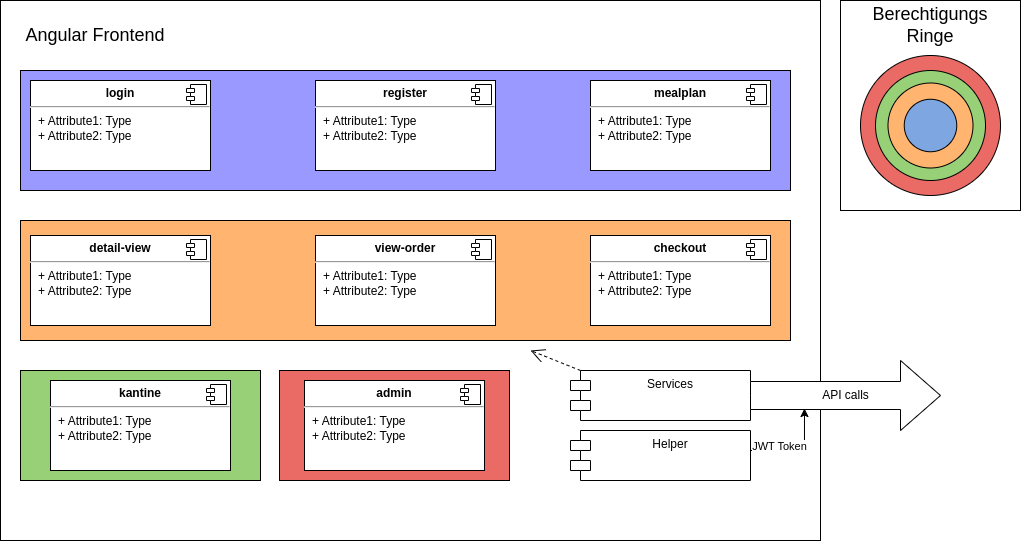
The draw.io diagram docs/resources/BlockView.png in Golo300/Kantinerado, before a commit. Source tidied: cells renumbered, new cells last; positions are measured from the earlier drawing's top-left corner, leaving out a move shared by most shapes.
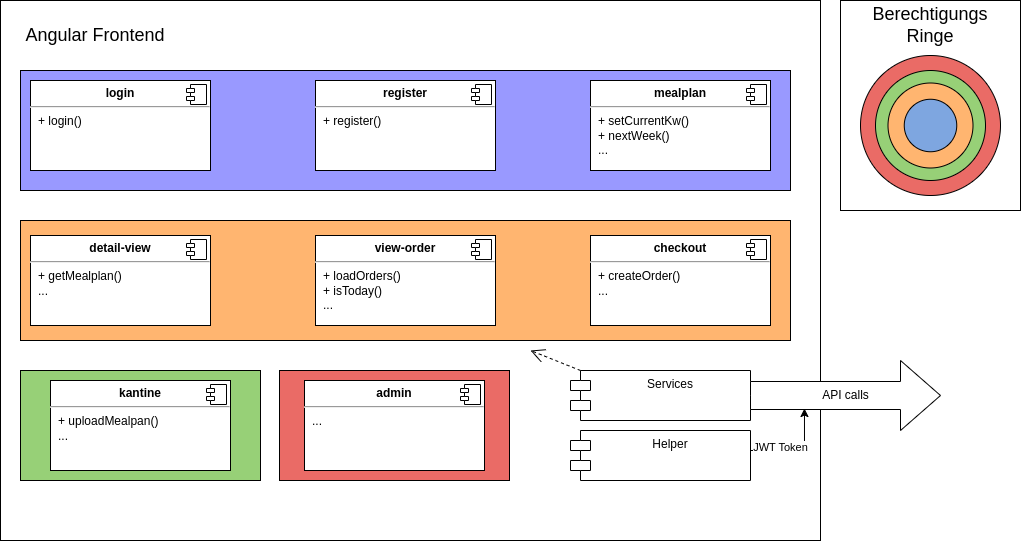
The same file after the commit.

Change to the diagram source:
```diff
@@ -23,7 +23,7 @@
     <mxCell id="8" style="rounded=0;whiteSpace=wrap;html=1;fillColor=#9999FF;" parent="1" vertex="1">
       <mxGeometry x="20" y="70" width="770" height="120" as="geometry" />
     </mxCell>
-    <mxCell id="9" value="&lt;p style=&quot;margin:0px;margin-top:6px;text-align:center;&quot;&gt;&lt;b&gt;checkout&lt;/b&gt;&lt;/p&gt;&lt;hr&gt;&lt;p style=&quot;margin:0px;margin-left:8px;&quot;&gt;+ Attribute1: Type&lt;br&gt;+ Attribute2: Type&lt;/p&gt;" style="align=left;overflow=fill;html=1;whiteSpace=wrap;" parent="1" vertex="1">
+    <mxCell id="9" value="&lt;p style=&quot;margin:0px;margin-top:6px;text-align:center;&quot;&gt;&lt;b&gt;checkout&lt;/b&gt;&lt;/p&gt;&lt;hr&gt;&lt;p style=&quot;margin:0px;margin-left:8px;&quot;&gt;+ createOrder()&lt;/p&gt;&lt;p style=&quot;margin:0px;margin-left:8px;&quot;&gt;...&lt;/p&gt;" style="align=left;overflow=fill;html=1;whiteSpace=wrap;" parent="1" vertex="1">
       <mxGeometry x="590" y="235" width="180" height="90" as="geometry" />
     </mxCell>
     <mxCell id="10" style="shape=component;jettyWidth=8;jettyHeight=4;" parent="9" vertex="1">
@@ -31,7 +31,7 @@
         <mxPoint x="-24" y="4" as="offset" />
       </mxGeometry>
     </mxCell>
-    <mxCell id="11" value="&lt;p style=&quot;margin:0px;margin-top:6px;text-align:center;&quot;&gt;&lt;b&gt;detail-view&lt;/b&gt;&lt;/p&gt;&lt;hr&gt;&lt;p style=&quot;margin:0px;margin-left:8px;&quot;&gt;+ Attribute1: Type&lt;br&gt;+ Attribute2: Type&lt;/p&gt;" style="align=left;overflow=fill;html=1;whiteSpace=wrap;" parent="1" vertex="1">
+    <mxCell id="11" value="&lt;p style=&quot;margin:0px;margin-top:6px;text-align:center;&quot;&gt;&lt;b&gt;detail-view&lt;/b&gt;&lt;/p&gt;&lt;hr&gt;&lt;p style=&quot;margin:0px;margin-left:8px;&quot;&gt;+ getMealplan()&lt;/p&gt;&lt;p style=&quot;margin:0px;margin-left:8px;&quot;&gt;...&lt;/p&gt;" style="align=left;overflow=fill;html=1;whiteSpace=wrap;" parent="1" vertex="1">
       <mxGeometry x="30" y="235" width="180" height="90" as="geometry" />
     </mxCell>
     <mxCell id="12" style="shape=component;jettyWidth=8;jettyHeight=4;" parent="11" vertex="1">
@@ -39,7 +39,7 @@
         <mxPoint x="-24" y="4" as="offset" />
       </mxGeometry>
     </mxCell>
-    <mxCell id="13" value="&lt;p style=&quot;margin:0px;margin-top:6px;text-align:center;&quot;&gt;&lt;b&gt;login&lt;/b&gt;&lt;/p&gt;&lt;hr&gt;&lt;p style=&quot;margin:0px;margin-left:8px;&quot;&gt;+ Attribute1: Type&lt;br&gt;+ Attribute2: Type&lt;/p&gt;" style="align=left;overflow=fill;html=1;whiteSpace=wrap;" parent="1" vertex="1">
+    <mxCell id="13" value="&lt;p style=&quot;margin:0px;margin-top:6px;text-align:center;&quot;&gt;&lt;b&gt;login&lt;/b&gt;&lt;/p&gt;&lt;hr&gt;&lt;p style=&quot;margin:0px;margin-left:8px;&quot;&gt;+ login()&lt;br&gt;&lt;/p&gt;" style="align=left;overflow=fill;html=1;whiteSpace=wrap;" parent="1" vertex="1">
       <mxGeometry x="30" y="80" width="180" height="90" as="geometry" />
     </mxCell>
     <mxCell id="14" style="shape=component;jettyWidth=8;jettyHeight=4;" parent="13" vertex="1">
@@ -47,7 +47,7 @@
         <mxPoint x="-24" y="4" as="offset" />
       </mxGeometry>
     </mxCell>
-    <mxCell id="15" value="&lt;p style=&quot;margin:0px;margin-top:6px;text-align:center;&quot;&gt;&lt;b&gt;register&lt;/b&gt;&lt;/p&gt;&lt;hr&gt;&lt;p style=&quot;margin:0px;margin-left:8px;&quot;&gt;+ Attribute1: Type&lt;br&gt;+ Attribute2: Type&lt;/p&gt;" style="align=left;overflow=fill;html=1;whiteSpace=wrap;" parent="1" vertex="1">
+    <mxCell id="15" value="&lt;p style=&quot;margin:0px;margin-top:6px;text-align:center;&quot;&gt;&lt;b&gt;register&lt;/b&gt;&lt;/p&gt;&lt;hr&gt;&lt;p style=&quot;margin:0px;margin-left:8px;&quot;&gt;+ register()&lt;/p&gt;" style="align=left;overflow=fill;html=1;whiteSpace=wrap;" parent="1" vertex="1">
       <mxGeometry x="315" y="80" width="180" height="90" as="geometry" />
     </mxCell>
     <mxCell id="16" style="shape=component;jettyWidth=8;jettyHeight=4;" parent="15" vertex="1">
@@ -55,7 +55,7 @@
         <mxPoint x="-24" y="4" as="offset" />
       </mxGeometry>
     </mxCell>
-    <mxCell id="17" value="&lt;p style=&quot;margin:0px;margin-top:6px;text-align:center;&quot;&gt;&lt;b&gt;view-order&lt;/b&gt;&lt;/p&gt;&lt;hr&gt;&lt;p style=&quot;margin:0px;margin-left:8px;&quot;&gt;+ Attribute1: Type&lt;br&gt;+ Attribute2: Type&lt;/p&gt;" style="align=left;overflow=fill;html=1;whiteSpace=wrap;" parent="1" vertex="1">
+    <mxCell id="17" value="&lt;p style=&quot;margin:0px;margin-top:6px;text-align:center;&quot;&gt;&lt;b&gt;view-order&lt;/b&gt;&lt;/p&gt;&lt;hr&gt;&lt;p style=&quot;margin:0px;margin-left:8px;&quot;&gt;+ loadOrders()&lt;/p&gt;&lt;p style=&quot;margin:0px;margin-left:8px;&quot;&gt;+ isToday()&lt;/p&gt;&lt;p style=&quot;margin:0px;margin-left:8px;&quot;&gt;...&lt;/p&gt;" style="align=left;overflow=fill;html=1;whiteSpace=wrap;" parent="1" vertex="1">
       <mxGeometry x="315" y="235" width="180" height="90" as="geometry" />
     </mxCell>
     <mxCell id="18" style="shape=component;jettyWidth=8;jettyHeight=4;" parent="17" vertex="1">
@@ -63,7 +63,7 @@
         <mxPoint x="-24" y="4" as="offset" />
       </mxGeometry>
     </mxCell>
-    <mxCell id="19" value="&lt;p style=&quot;margin:0px;margin-top:6px;text-align:center;&quot;&gt;&lt;b&gt;mealplan&lt;/b&gt;&lt;/p&gt;&lt;hr&gt;&lt;p style=&quot;margin:0px;margin-left:8px;&quot;&gt;+ Attribute1: Type&lt;br&gt;+ Attribute2: Type&lt;/p&gt;" style="align=left;overflow=fill;html=1;whiteSpace=wrap;" parent="1" vertex="1">
+    <mxCell id="19" value="&lt;p style=&quot;margin:0px;margin-top:6px;text-align:center;&quot;&gt;&lt;b&gt;mealplan&lt;/b&gt;&lt;/p&gt;&lt;hr&gt;&lt;p style=&quot;margin:0px;margin-left:8px;&quot;&gt;+ setCurrentKw()&lt;/p&gt;&lt;p style=&quot;margin:0px;margin-left:8px;&quot;&gt;+ nextWeek()&lt;/p&gt;&lt;p style=&quot;margin:0px;margin-left:8px;&quot;&gt;...&lt;/p&gt;" style="align=left;overflow=fill;html=1;whiteSpace=wrap;" parent="1" vertex="1">
       <mxGeometry x="590" y="80" width="180" height="90" as="geometry" />
     </mxCell>
     <mxCell id="20" style="shape=component;jettyWidth=8;jettyHeight=4;" parent="19" vertex="1">
@@ -77,7 +77,7 @@
     <mxCell id="22" value="Helper" style="shape=module;align=left;spacingLeft=20;align=center;verticalAlign=top;whiteSpace=wrap;html=1;" parent="1" vertex="1">
       <mxGeometry x="570" y="430" width="180" height="50" as="geometry" />
     </mxCell>
-    <mxCell id="23" value="&lt;p style=&quot;margin:0px;margin-top:6px;text-align:center;&quot;&gt;&lt;b&gt;kantine&lt;/b&gt;&lt;/p&gt;&lt;hr&gt;&lt;p style=&quot;margin:0px;margin-left:8px;&quot;&gt;+ Attribute1: Type&lt;br&gt;+ Attribute2: Type&lt;/p&gt;" style="align=left;overflow=fill;html=1;whiteSpace=wrap;" parent="1" vertex="1">
+    <mxCell id="23" value="&lt;p style=&quot;margin:0px;margin-top:6px;text-align:center;&quot;&gt;&lt;b&gt;kantine&lt;/b&gt;&lt;/p&gt;&lt;hr&gt;&lt;p style=&quot;margin:0px;margin-left:8px;&quot;&gt;+ uploadMealpan()&lt;/p&gt;&lt;p style=&quot;margin:0px;margin-left:8px;&quot;&gt;...&lt;/p&gt;" style="align=left;overflow=fill;html=1;whiteSpace=wrap;" parent="1" vertex="1">
       <mxGeometry x="50" y="380" width="180" height="90" as="geometry" />
     </mxCell>
     <mxCell id="24" style="shape=component;jettyWidth=8;jettyHeight=4;" parent="23" vertex="1">
@@ -85,7 +85,7 @@
         <mxPoint x="-24" y="4" as="offset" />
       </mxGeometry>
     </mxCell>
-    <mxCell id="25" value="&lt;p style=&quot;margin:0px;margin-top:6px;text-align:center;&quot;&gt;&lt;b&gt;admin&lt;/b&gt;&lt;/p&gt;&lt;hr&gt;&lt;p style=&quot;margin:0px;margin-left:8px;&quot;&gt;+ Attribute1: Type&lt;br&gt;+ Attribute2: Type&lt;/p&gt;" style="align=left;overflow=fill;html=1;whiteSpace=wrap;" parent="1" vertex="1">
+    <mxCell id="25" value="&lt;p style=&quot;margin:0px;margin-top:6px;text-align:center;&quot;&gt;&lt;b&gt;admin&lt;/b&gt;&lt;/p&gt;&lt;hr&gt;&lt;p style=&quot;margin:0px;margin-left:8px;&quot;&gt;...&lt;/p&gt;" style="align=left;overflow=fill;html=1;whiteSpace=wrap;" parent="1" vertex="1">
       <mxGeometry x="304" y="380" width="180" height="90" as="geometry" />
     </mxCell>
     <mxCell id="26" style="shape=component;jettyWidth=8;jettyHeight=4;" parent="25" vertex="1">
```
